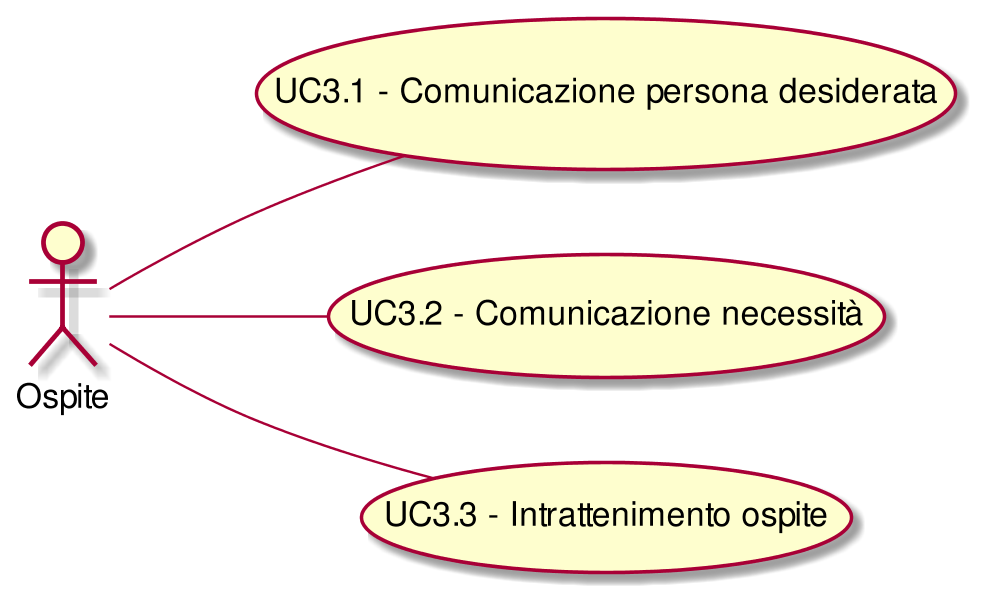
The PlantUML diagram RP/Esterni/AnalisiDeiRequisiti/images/UseCaseUC3.png in CoCodeSWE/Docs, before a commit. Source of this version:
```plantuml
@startuml
scale 1000*1000
left to right direction
( UC3.1 - Comunicazione persona desiderata ) as (UC3.1)
:Ospite:--(UC3.1)
( UC3.2 - Comunicazione necessità ) as (UC3.2)
:Ospite:--(UC3.2)
( UC3.3 - Intrattenimento ospite ) as (UC3.3)
:Ospite:--(UC3.3)
@enduml
```
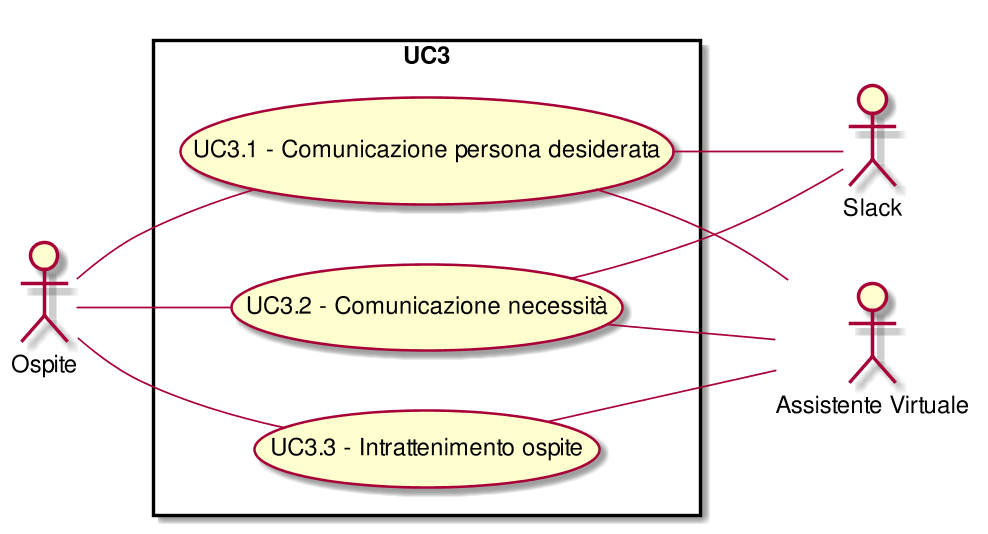
After the change.

What changed in the source:
```diff
@@ -1,10 +1,26 @@
 @startuml
 scale 1000*1000
 left to right direction
+skinparam packageStyle rect
+:Ospite:
+:Slack:
+:Assistente Virtuale:
+rectangle UC3{
 ( UC3.1 - Comunicazione persona desiderata ) as (UC3.1)
 :Ospite:--(UC3.1)
+( UC3.1 - Comunicazione persona desiderata ) as (UC3.1)
+(UC3.1)--:Slack:
+( UC3.1 - Comunicazione persona desiderata ) as (UC3.1)
+(UC3.1)--:Assistente Virtuale:
 ( UC3.2 - Comunicazione necessità ) as (UC3.2)
 :Ospite:--(UC3.2)
+( UC3.2 - Comunicazione necessità ) as (UC3.2)
+(UC3.2)--:Slack:
+( UC3.2 - Comunicazione necessità ) as (UC3.2)
+(UC3.2)--:Assistente Virtuale:
 ( UC3.3 - Intrattenimento ospite ) as (UC3.3)
 :Ospite:--(UC3.3)
+( UC3.3 - Intrattenimento ospite ) as (UC3.3)
+(UC3.3)--:Assistente Virtuale:
+}
 @enduml
```
